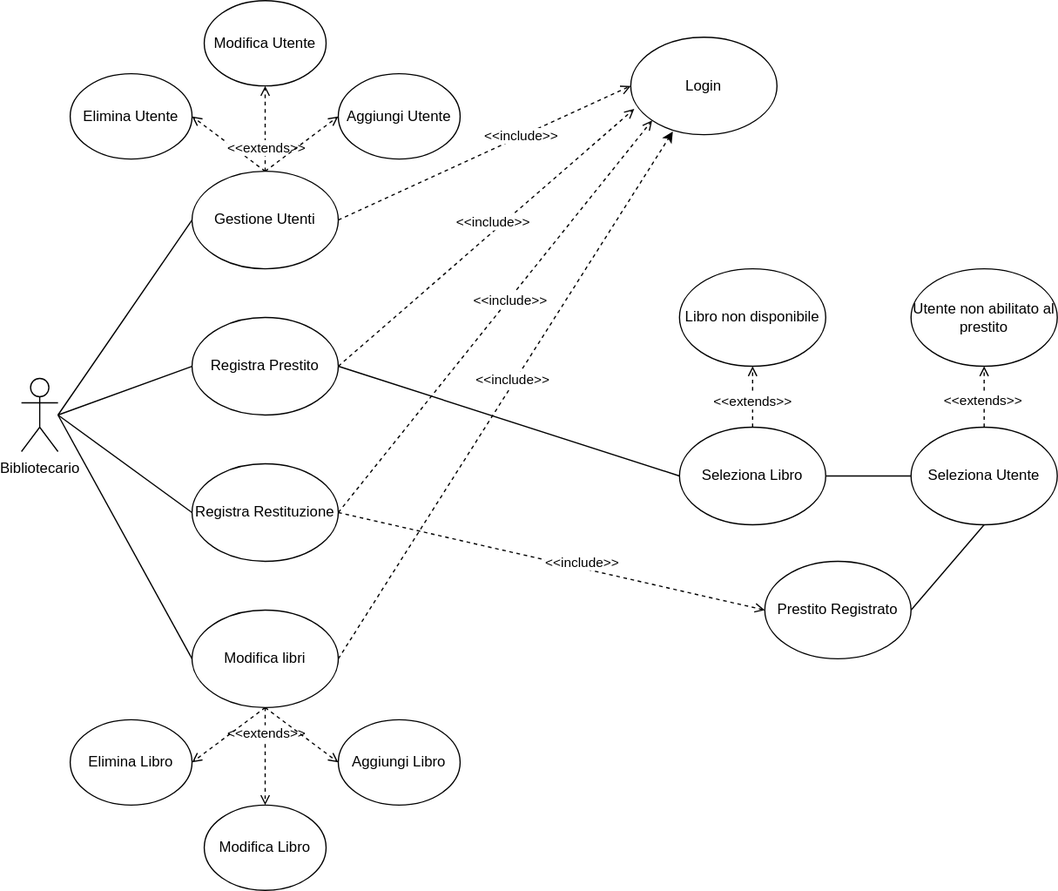
The draw.io diagram Specifiche/UCDiagram.svg in doppiaaa/Progetto-Biblioteca-Ingegneria-del-Software, before a commit. Source tidied: cells renumbered, new cells last; positions are measured from the earlier drawing's top-left corner, leaving out a move shared by most shapes.
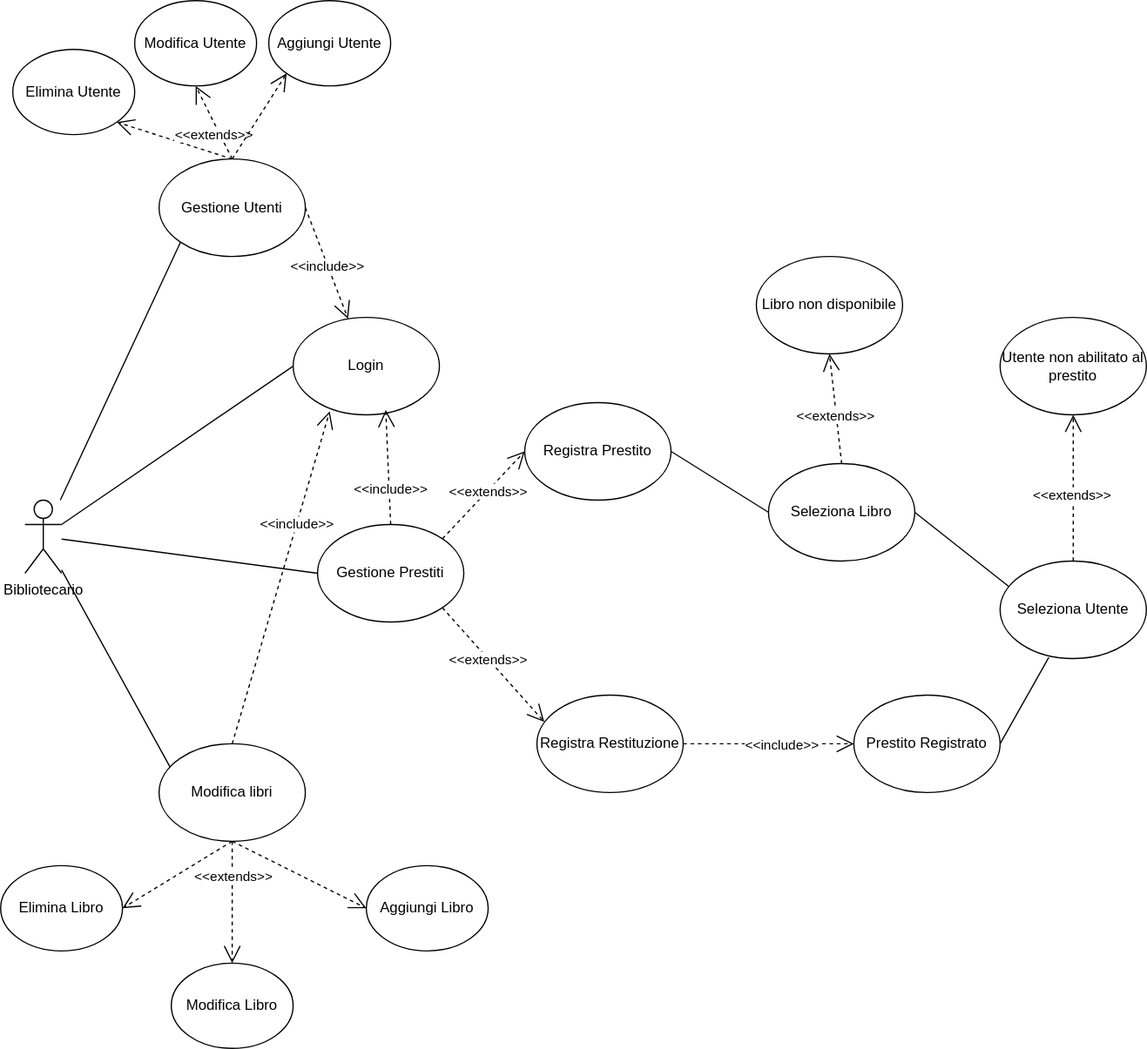
After the commit.

Diff of the diagram source:
```diff
@@ -2,59 +2,53 @@
   <root>
     <mxCell id="0" />
     <mxCell id="1" parent="0" />
+    <mxCell id="48" style="rounded=0;jettySize=auto;html=1;exitX=1;exitY=0.3333333333333333;exitDx=0;exitDy=0;exitPerimeter=0;entryX=0;entryY=0.5;entryDx=0;entryDy=0;endArrow=none;endFill=0;" parent="1" edge="1" source="2" target="30">
+      <mxGeometry relative="1" as="geometry" />
+    </mxCell>
     <mxCell id="2" value="Bibliotecario" style="shape=umlActor;verticalLabelPosition=bottom;verticalAlign=top;html=1;outlineConnect=0;" parent="1" vertex="1">
-      <mxGeometry y="310" width="30" height="60" as="geometry" />
+      <mxGeometry x="-70" y="300" width="30" height="60" as="geometry" />
     </mxCell>
-    <mxCell id="3" style="rounded=0;jettySize=auto;html=1;exitX=0;exitY=0.5;exitDx=0;exitDy=0;endArrow=none;endFill=0;" parent="1" edge="1" source="8">
-      <mxGeometry relative="1" as="geometry">
-        <mxPoint x="30" y="340" as="targetPoint" />
-      </mxGeometry>
+    <mxCell id="3" style="rounded=0;jettySize=auto;html=1;exitX=0;exitY=1;exitDx=0;exitDy=0;endArrow=none;endFill=0;" parent="1" edge="1" source="8" target="2">
+      <mxGeometry relative="1" as="geometry" />
     </mxCell>
-    <mxCell id="4" style="rounded=0;jettySize=auto;html=1;exitX=0.5;exitY=0;exitDx=0;exitDy=0;entryX=1;entryY=0.5;entryDx=0;entryDy=0;dashed=1;endArrow=open;endFill=0;" parent="1" edge="1" source="8" target="21">
+    <mxCell id="4" style="rounded=0;jettySize=auto;html=1;exitX=0.5;exitY=0;exitDx=0;exitDy=0;entryX=1;entryY=1;entryDx=0;entryDy=0;dashed=1;endArrow=open;endFill=0;endSize=12;" parent="1" edge="1" source="8" target="21">
       <mxGeometry relative="1" as="geometry" />
     </mxCell>
-    <mxCell id="5" style="rounded=0;jettySize=auto;html=1;exitX=0.5;exitY=0;exitDx=0;exitDy=0;entryX=0.5;entryY=1;entryDx=0;entryDy=0;endArrow=open;endFill=0;dashed=1;" parent="1" edge="1" source="8" target="32">
+    <mxCell id="5" style="rounded=0;jettySize=auto;html=1;exitX=0.5;exitY=0;exitDx=0;exitDy=0;entryX=0.5;entryY=1;entryDx=0;entryDy=0;endArrow=open;endFill=0;dashed=1;endSize=12;" parent="1" edge="1" source="8" target="32">
       <mxGeometry relative="1" as="geometry" />
     </mxCell>
     <mxCell id="6" value="&amp;lt;&amp;lt;extends&amp;gt;&amp;gt;" style="edgeLabel;html=1;align=center;verticalAlign=middle;" parent="5" vertex="1">
       <mxGeometry x="0.09" y="2" relative="1" as="geometry">
-        <mxPoint x="2" y="18" as="offset" />
+        <mxPoint x="2" y="11" as="offset" />
       </mxGeometry>
     </mxCell>
-    <mxCell id="7" style="rounded=0;jettySize=auto;html=1;exitX=0.5;exitY=0;exitDx=0;exitDy=0;entryX=0;entryY=0.5;entryDx=0;entryDy=0;endArrow=open;endFill=0;dashed=1;" parent="1" edge="1" source="8" target="33">
+    <mxCell id="7" style="rounded=0;jettySize=auto;html=1;exitX=0.5;exitY=0;exitDx=0;exitDy=0;entryX=0;entryY=1;entryDx=0;entryDy=0;endArrow=open;endFill=0;dashed=1;endSize=12;" parent="1" edge="1" source="8" target="33">
       <mxGeometry relative="1" as="geometry" />
     </mxCell>
     <mxCell id="8" value="Gestione Utenti" style="ellipse;whiteSpace=wrap;html=1;" parent="1" vertex="1">
-      <mxGeometry x="140" y="140" width="120" height="80" as="geometry" />
+      <mxGeometry x="40" y="20" width="120" height="80" as="geometry" />
     </mxCell>
     <mxCell id="9" style="rounded=0;jettySize=auto;html=1;exitX=1;exitY=0.5;exitDx=0;exitDy=0;entryX=0;entryY=0.5;entryDx=0;entryDy=0;endArrow=none;endFill=0;" parent="1" edge="1" source="10" target="41">
       <mxGeometry relative="1" as="geometry" />
     </mxCell>
     <mxCell id="10" value="Registra Prestito" style="ellipse;whiteSpace=wrap;html=1;" parent="1" vertex="1">
-      <mxGeometry x="140" y="260" width="120" height="80" as="geometry" />
+      <mxGeometry x="340" y="220" width="120" height="80" as="geometry" />
     </mxCell>
-    <mxCell id="11" style="rounded=0;jettySize=auto;html=1;exitX=0;exitY=0.5;exitDx=0;exitDy=0;endArrow=none;endFill=0;" parent="1" edge="1" source="14">
-      <mxGeometry relative="1" as="geometry">
-        <mxPoint x="30" y="340" as="targetPoint" />
-      </mxGeometry>
-    </mxCell>
-    <mxCell id="12" style="rounded=0;jettySize=auto;html=1;exitX=1;exitY=0.5;exitDx=0;exitDy=0;entryX=0;entryY=0.5;entryDx=0;entryDy=0;dashed=1;endArrow=open;endFill=0;" parent="1" edge="1" source="14" target="47">
+    <mxCell id="12" style="rounded=0;jettySize=auto;html=1;exitX=1;exitY=0.5;exitDx=0;exitDy=0;entryX=0;entryY=0.5;entryDx=0;entryDy=0;dashed=1;endArrow=open;endFill=0;endSize=12;" parent="1" edge="1" source="14" target="47">
       <mxGeometry relative="1" as="geometry" />
     </mxCell>
     <mxCell id="13" value="&amp;lt;&amp;lt;include&amp;gt;&amp;gt;" style="edgeLabel;html=1;align=center;verticalAlign=middle;" parent="12" vertex="1">
       <mxGeometry x="0.43" y="-4" relative="1" as="geometry">
-        <mxPoint x="-50" y="-21" as="offset" />
+        <mxPoint x="-20" y="-4" as="offset" />
       </mxGeometry>
     </mxCell>
     <mxCell id="14" value="Registra Restituzione" style="ellipse;whiteSpace=wrap;html=1;" parent="1" vertex="1">
-      <mxGeometry x="140" y="380" width="120" height="80" as="geometry" />
+      <mxGeometry x="350" y="460" width="120" height="80" as="geometry" />
     </mxCell>
-    <mxCell id="15" style="rounded=0;jettySize=auto;html=1;exitX=0;exitY=0.5;exitDx=0;exitDy=0;endArrow=none;endFill=0;" parent="1" edge="1" source="20">
-      <mxGeometry relative="1" as="geometry">
-        <mxPoint x="30" y="340" as="targetPoint" />
-      </mxGeometry>
+    <mxCell id="15" style="rounded=0;jettySize=auto;html=1;exitX=0.075;exitY=0.238;exitDx=0;exitDy=0;endArrow=none;endFill=0;exitPerimeter=0;" parent="1" edge="1" source="20" target="2">
+      <mxGeometry relative="1" as="geometry" />
     </mxCell>
-    <mxCell id="16" style="rounded=0;jettySize=auto;html=1;exitX=0.5;exitY=1;exitDx=0;exitDy=0;entryX=0.5;entryY=0;entryDx=0;entryDy=0;dashed=1;endArrow=open;endFill=0;" parent="1" edge="1" source="20" target="35">
+    <mxCell id="16" style="rounded=0;jettySize=auto;html=1;exitX=0.5;exitY=1;exitDx=0;exitDy=0;entryX=0.5;entryY=0;entryDx=0;entryDy=0;dashed=1;endArrow=open;endFill=0;endSize=12;" parent="1" edge="1" source="20" target="35">
       <mxGeometry relative="1" as="geometry" />
     </mxCell>
     <mxCell id="17" value="&amp;lt;&amp;lt;extends&amp;gt;&amp;gt;" style="edgeLabel;html=1;align=center;verticalAlign=middle;" parent="16" vertex="1">
@@ -62,94 +56,67 @@
         <mxPoint x="1" y="-12" as="offset" />
       </mxGeometry>
     </mxCell>
-    <mxCell id="18" style="rounded=0;jettySize=auto;html=1;exitX=0.5;exitY=1;exitDx=0;exitDy=0;entryX=0;entryY=0.5;entryDx=0;entryDy=0;dashed=1;endArrow=open;endFill=0;" parent="1" edge="1" source="20" target="36">
+    <mxCell id="18" style="rounded=0;jettySize=auto;html=1;exitX=0.5;exitY=1;exitDx=0;exitDy=0;entryX=0;entryY=0.5;entryDx=0;entryDy=0;dashed=1;endArrow=open;endFill=0;endSize=12;" parent="1" edge="1" source="20" target="36">
       <mxGeometry relative="1" as="geometry" />
     </mxCell>
-    <mxCell id="19" style="rounded=0;jettySize=auto;html=1;exitX=0.5;exitY=1;exitDx=0;exitDy=0;entryX=1;entryY=0.5;entryDx=0;entryDy=0;dashed=1;endArrow=open;endFill=0;" parent="1" edge="1" source="20" target="34">
+    <mxCell id="19" style="rounded=0;jettySize=auto;html=1;exitX=0.5;exitY=1;exitDx=0;exitDy=0;entryX=1;entryY=0.5;entryDx=0;entryDy=0;dashed=1;endArrow=open;endFill=0;endSize=12;" parent="1" edge="1" source="20" target="34">
       <mxGeometry relative="1" as="geometry" />
     </mxCell>
     <mxCell id="20" value="Modifica libri" style="ellipse;whiteSpace=wrap;html=1;" parent="1" vertex="1">
-      <mxGeometry x="140" y="500" width="120" height="80" as="geometry" />
+      <mxGeometry x="40" y="500" width="120" height="80" as="geometry" />
     </mxCell>
     <mxCell id="21" value="&lt;a href=&quot;#8&quot;&gt;Elimina Utente&lt;/a&gt;" style="ellipse;whiteSpace=wrap;html=1;" parent="1" vertex="1">
-      <mxGeometry x="40" y="60" width="100" height="70" as="geometry" />
+      <mxGeometry x="-80" y="-70" width="100" height="70" as="geometry" />
     </mxCell>
-    <mxCell id="22" style="rounded=0;jettySize=auto;html=1;dashed=1;endArrow=open;endFill=0;exitX=1;exitY=0.5;exitDx=0;exitDy=0;entryX=0;entryY=0.5;entryDx=0;entryDy=0;" parent="1" edge="1" source="8" target="30">
+    <mxCell id="22" style="rounded=0;jettySize=auto;html=1;dashed=1;endArrow=open;endFill=0;exitX=1;exitY=0.5;exitDx=0;exitDy=0;endSize=12;" parent="1" edge="1" source="8" target="30">
       <mxGeometry relative="1" as="geometry" />
     </mxCell>
-    <mxCell id="23" style="rounded=0;jettySize=auto;html=1;exitX=1;exitY=0.5;exitDx=0;exitDy=0;dashed=1;endArrow=open;endFill=0;entryX=0.024;entryY=0.736;entryDx=0;entryDy=0;entryPerimeter=0;" parent="1" edge="1" source="10" target="30">
-      <mxGeometry relative="1" as="geometry" />
-    </mxCell>
-    <mxCell id="24" value="&amp;lt;&amp;lt;include&amp;gt;&amp;gt;" style="edgeLabel;html=1;align=center;verticalAlign=middle;" parent="23" vertex="1">
-      <mxGeometry x="0.25" y="2" relative="1" as="geometry">
-        <mxPoint x="-24" y="15" as="offset" />
-      </mxGeometry>
-    </mxCell>
-    <mxCell id="25" style="rounded=0;jettySize=auto;html=1;exitX=1;exitY=0.5;exitDx=0;exitDy=0;dashed=1;endArrow=open;endFill=0;entryX=0;entryY=1;entryDx=0;entryDy=0;" parent="1" edge="1" source="14" target="30">
-      <mxGeometry relative="1" as="geometry" />
-    </mxCell>
-    <mxCell id="26" value="&amp;lt;&amp;lt;include&amp;gt;&amp;gt;" style="edgeLabel;html=1;align=center;verticalAlign=middle;" parent="25" vertex="1">
-      <mxGeometry x="0.09" y="-1" relative="1" as="geometry" />
-    </mxCell>
-    <mxCell id="27" style="rounded=0;jettySize=auto;html=1;dashed=1;exitX=1;exitY=0.5;exitDx=0;exitDy=0;entryX=0.288;entryY=0.968;entryDx=0;entryDy=0;entryPerimeter=0;" parent="1" edge="1" source="20" target="30">
-      <mxGeometry relative="1" as="geometry" />
-    </mxCell>
-    <mxCell id="28" value="&amp;lt;&amp;lt;include&amp;gt;&amp;gt;" style="edgeLabel;html=1;align=center;verticalAlign=middle;" parent="27" vertex="1">
-      <mxGeometry x="-0.86" y="5" relative="1" as="geometry">
-        <mxPoint x="134" y="-396" as="offset" />
-      </mxGeometry>
-    </mxCell>
-    <mxCell id="29" value="&amp;lt;&amp;lt;include&amp;gt;&amp;gt;" style="edgeLabel;html=1;align=center;verticalAlign=middle;" parent="27" vertex="1">
-      <mxGeometry x="0.05" y="3" relative="1" as="geometry" />
-    </mxCell>
+    <mxCell id="49" value="&amp;lt;&amp;lt;include&amp;gt;&amp;gt;" style="edgeLabel;html=1;align=center;verticalAlign=middle;" parent="22" vertex="1">
+      <mxGeometry x="0.02" y="-1" relative="1" as="geometry" />
+    </mxCell>
     <mxCell id="30" value="Login" style="ellipse;whiteSpace=wrap;html=1;" parent="1" vertex="1">
-      <mxGeometry x="500" y="30" width="120" height="80" as="geometry" />
+      <mxGeometry x="150" y="150" width="120" height="80" as="geometry" />
     </mxCell>
-    <mxCell id="31" style="rounded=0;jettySize=auto;html=1;exitX=0;exitY=0.5;exitDx=0;exitDy=0;endArrow=none;endFill=0;" parent="1" edge="1" source="10">
-      <mxGeometry relative="1" as="geometry">
-        <mxPoint x="30" y="340" as="targetPoint" />
-      </mxGeometry>
-    </mxCell>
     <mxCell id="32" value="Modifica Utente" style="ellipse;whiteSpace=wrap;html=1;" parent="1" vertex="1">
-      <mxGeometry x="150" width="100" height="70" as="geometry" />
+      <mxGeometry x="20" y="-110" width="100" height="70" as="geometry" />
     </mxCell>
     <mxCell id="33" value="Aggiungi Utente" style="ellipse;whiteSpace=wrap;html=1;" parent="1" vertex="1">
-      <mxGeometry x="260" y="60" width="100" height="70" as="geometry" />
+      <mxGeometry x="130" y="-110" width="100" height="70" as="geometry" />
     </mxCell>
     <mxCell id="34" value="Elimina Libro" style="ellipse;whiteSpace=wrap;html=1;" parent="1" vertex="1">
-      <mxGeometry x="40" y="590" width="100" height="70" as="geometry" />
+      <mxGeometry x="-90" y="600" width="100" height="70" as="geometry" />
     </mxCell>
     <mxCell id="35" value="Modifica Libro" style="ellipse;whiteSpace=wrap;html=1;" parent="1" vertex="1">
-      <mxGeometry x="150" y="660" width="100" height="70" as="geometry" />
+      <mxGeometry x="50" y="680" width="100" height="70" as="geometry" />
     </mxCell>
     <mxCell id="36" value="Aggiungi Libro" style="ellipse;whiteSpace=wrap;html=1;" parent="1" vertex="1">
-      <mxGeometry x="260" y="590" width="100" height="70" as="geometry" />
+      <mxGeometry x="210" y="600" width="100" height="70" as="geometry" />
     </mxCell>
     <mxCell id="37" value="Libro non disponibile" style="ellipse;whiteSpace=wrap;html=1;" parent="1" vertex="1">
-      <mxGeometry x="540" y="220" width="120" height="80" as="geometry" />
+      <mxGeometry x="530" y="100" width="120" height="80" as="geometry" />
     </mxCell>
-    <mxCell id="38" style="rounded=0;jettySize=auto;html=1;exitX=1;exitY=0.5;exitDx=0;exitDy=0;entryX=0;entryY=0.5;entryDx=0;entryDy=0;endArrow=none;endFill=0;" parent="1" edge="1" source="41" target="46">
+    <mxCell id="38" style="rounded=0;jettySize=auto;html=1;exitX=1;exitY=0.5;exitDx=0;exitDy=0;entryX=0.092;entryY=0.3;entryDx=0;entryDy=0;endArrow=none;endFill=0;entryPerimeter=0;" parent="1" edge="1" source="41" target="46">
       <mxGeometry relative="1" as="geometry" />
     </mxCell>
-    <mxCell id="39" style="rounded=0;jettySize=auto;html=1;exitX=0.5;exitY=0;exitDx=0;exitDy=0;entryX=0.5;entryY=1;entryDx=0;entryDy=0;endArrow=open;endFill=0;dashed=1;" parent="1" edge="1" source="41" target="37">
+    <mxCell id="39" style="rounded=0;jettySize=auto;html=1;exitX=0.5;exitY=0;exitDx=0;exitDy=0;entryX=0.5;entryY=1;entryDx=0;entryDy=0;endArrow=open;endFill=0;dashed=1;endSize=12;" parent="1" edge="1" source="41" target="37">
       <mxGeometry relative="1" as="geometry" />
     </mxCell>
     <mxCell id="40" value="&amp;lt;&amp;lt;extends&amp;gt;&amp;gt;" style="edgeLabel;html=1;align=center;verticalAlign=middle;" parent="39" vertex="1">
       <mxGeometry x="-0.12" y="1" relative="1" as="geometry" />
     </mxCell>
     <mxCell id="41" value="Seleziona Libro" style="ellipse;whiteSpace=wrap;html=1;" parent="1" vertex="1">
-      <mxGeometry x="540" y="350" width="120" height="80" as="geometry" />
+      <mxGeometry x="540" y="270" width="120" height="80" as="geometry" />
     </mxCell>
     <mxCell id="42" value="Utente non abilitato al prestito" style="ellipse;whiteSpace=wrap;html=1;" parent="1" vertex="1">
-      <mxGeometry x="730" y="220" width="120" height="80" as="geometry" />
+      <mxGeometry x="730" y="150" width="120" height="80" as="geometry" />
     </mxCell>
-    <mxCell id="43" style="rounded=0;jettySize=auto;html=1;exitX=0.5;exitY=0;exitDx=0;exitDy=0;entryX=0.5;entryY=1;entryDx=0;entryDy=0;dashed=1;endArrow=open;endFill=0;" parent="1" edge="1" source="46" target="42">
+    <mxCell id="43" style="rounded=0;jettySize=auto;html=1;exitX=0.5;exitY=0;exitDx=0;exitDy=0;entryX=0.5;entryY=1;entryDx=0;entryDy=0;dashed=1;endArrow=open;endFill=0;endSize=12;" parent="1" edge="1" source="46" target="42">
       <mxGeometry relative="1" as="geometry" />
     </mxCell>
     <mxCell id="44" value="&amp;lt;&amp;lt;extends&amp;gt;&amp;gt;" style="edgeLabel;html=1;align=center;verticalAlign=middle;" parent="43" vertex="1">
       <mxGeometry x="-0.08" y="2" relative="1" as="geometry" />
     </mxCell>
-    <mxCell id="45" style="rounded=0;jettySize=auto;html=1;exitX=0.5;exitY=1;exitDx=0;exitDy=0;entryX=1;entryY=0.5;entryDx=0;entryDy=0;endArrow=none;endFill=0;" parent="1" edge="1" source="46" target="47">
+    <mxCell id="45" style="rounded=0;jettySize=auto;html=1;exitX=0.333;exitY=0.988;exitDx=0;exitDy=0;entryX=1;entryY=0.5;entryDx=0;entryDy=0;endArrow=none;endFill=0;exitPerimeter=0;" parent="1" edge="1" source="46" target="47">
       <mxGeometry relative="1" as="geometry" />
     </mxCell>
     <mxCell id="46" value="Seleziona Utente" style="ellipse;whiteSpace=wrap;html=1;" parent="1" vertex="1">
@@ -158,5 +125,39 @@
     <mxCell id="47" value="Prestito Registrato" style="ellipse;whiteSpace=wrap;html=1;" parent="1" vertex="1">
       <mxGeometry x="610" y="460" width="120" height="80" as="geometry" />
     </mxCell>
+    <mxCell id="50" style="rounded=0;jettySize=auto;html=1;exitX=0;exitY=0.5;exitDx=0;exitDy=0;endArrow=none;endFill=0;" parent="1" edge="1" source="51" target="2">
+      <mxGeometry relative="1" as="geometry" />
+    </mxCell>
+    <mxCell id="51" value="Gestione Prestiti" style="ellipse;whiteSpace=wrap;html=1;" parent="1" vertex="1">
+      <mxGeometry x="170" y="320" width="120" height="80" as="geometry" />
+    </mxCell>
+    <mxCell id="52" style="rounded=0;jettySize=auto;html=1;exitX=1;exitY=0;exitDx=0;exitDy=0;entryX=0;entryY=0.5;entryDx=0;entryDy=0;dashed=1;endArrow=open;endFill=0;endSize=12;" parent="1" edge="1" source="51" target="10">
+      <mxGeometry relative="1" as="geometry" />
+    </mxCell>
+    <mxCell id="53" value="&amp;lt;&amp;lt;extends&amp;gt;&amp;gt;" style="edgeLabel;html=1;align=center;verticalAlign=middle;" parent="52" vertex="1">
+      <mxGeometry x="-0.15" y="-2" relative="1" as="geometry">
+        <mxPoint x="7" y="-10" as="offset" />
+      </mxGeometry>
+    </mxCell>
+    <mxCell id="54" style="rounded=0;jettySize=auto;html=1;exitX=1;exitY=1;exitDx=0;exitDy=0;entryX=0.05;entryY=0.275;entryDx=0;entryDy=0;dashed=1;endArrow=open;endFill=0;entryPerimeter=0;endSize=12;" parent="1" edge="1" source="51" target="14">
+      <mxGeometry relative="1" as="geometry" />
+    </mxCell>
+    <mxCell id="55" value="&amp;lt;&amp;lt;extends&amp;gt;&amp;gt;" style="edgeLabel;html=1;align=center;verticalAlign=middle;" parent="54" vertex="1">
+      <mxGeometry x="-0.04" y="2" relative="1" as="geometry">
+        <mxPoint x="-5" y="-2" as="offset" />
+      </mxGeometry>
+    </mxCell>
+    <mxCell id="56" style="rounded=0;jettySize=auto;html=1;exitX=0.5;exitY=0;exitDx=0;exitDy=0;entryX=0.633;entryY=0.95;entryDx=0;entryDy=0;entryPerimeter=0;dashed=1;endArrow=open;endFill=0;endSize=12;" parent="1" edge="1" source="51" target="30">
+      <mxGeometry relative="1" as="geometry" />
+    </mxCell>
+    <mxCell id="57" value="&amp;lt;&amp;lt;include&amp;gt;&amp;gt;" style="edgeLabel;html=1;align=center;verticalAlign=middle;" parent="56" vertex="1">
+      <mxGeometry x="-0.39" y="-1" relative="1" as="geometry" />
+    </mxCell>
+    <mxCell id="27" style="rounded=0;jettySize=auto;html=1;exitX=0.5;exitY=0;exitDx=0;exitDy=0;entryX=0.25;entryY=0.963;entryDx=0;entryDy=0;entryPerimeter=0;dashed=1;endArrow=open;endFill=0;endSize=12;" parent="1" edge="1" source="20" target="30">
+      <mxGeometry relative="1" as="geometry" />
+    </mxCell>
+    <mxCell id="58" value="&amp;lt;&amp;lt;include&amp;gt;&amp;gt;" style="edgeLabel;html=1;align=center;verticalAlign=middle;" parent="27" vertex="1">
+      <mxGeometry x="0.32" relative="1" as="geometry" />
+    </mxCell>
   </root>
 </mxGraphModel>
```
